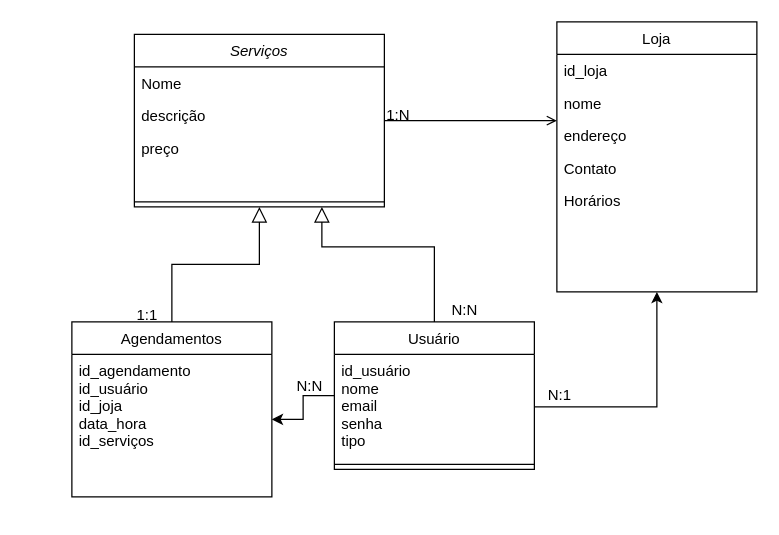
The draw.io diagram Diagrama sem nome.drawio in leozin-amaral18/Ti2-Backend, before the edit. Source tidied: cells renumbered, new cells numbered last; positions are measured from the earlier drawing's top-left corner, leaving out a move shared by most shapes. Both pictures are drawn from the tidied source at 125%, with x=0, y=0 at pixel (71, 21).
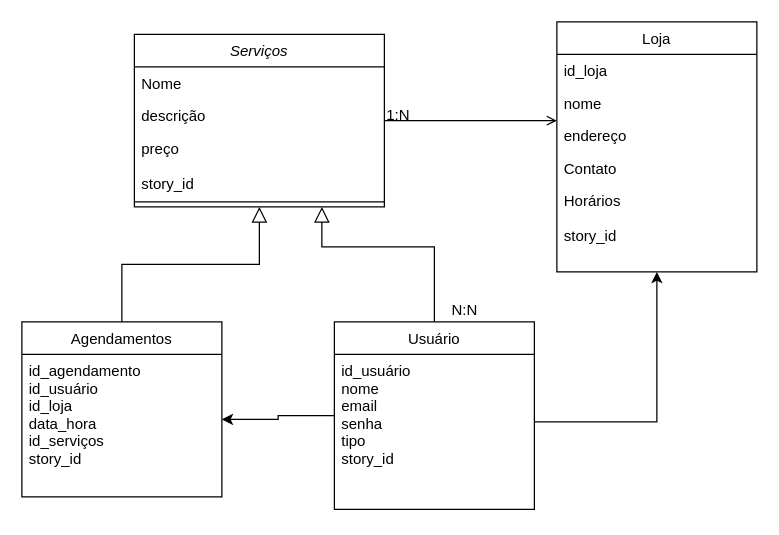
The same page after the edit.

Unchanged cells that the change refers to:
```xml
<mxCell id="2" value="Serviços" style="swimlane;fontStyle=2;align=center;verticalAlign=top;horizontal=1;startSize=26;rounded=0;shadow=0;strokeWidth=1;" parent="1" vertex="1">
  <mxGeometry x="50" y="10" width="200" height="138" as="geometry" />
</mxCell>
```

Diff of the diagram source:
```diff
@@
-    <mxCell id="5" value="preço" style="text;align=left;verticalAlign=top;spacingLeft=4;spacingRight=4;overflow=hidden;rounded=0;shadow=0;html=0;" parent="2" vertex="1">
-      <mxGeometry y="78" width="200" height="26" as="geometry" />
+    <mxCell id="5" value="preço&#10;&#10;story_id" style="text;align=left;verticalAlign=top;spacingLeft=4;spacingRight=4;overflow=hidden;rounded=0;shadow=0;html=0;" parent="2" vertex="1">
+      <mxGeometry y="78" width="200" height="52" as="geometry" />
     </mxCell>
     <mxCell id="6" value="Agendamentos" style="swimlane;fontStyle=0;align=center;verticalAlign=top;horizontal=1;startSize=26;rounded=0;shadow=0;strokeWidth=1;" parent="1" vertex="1">
-      <mxGeometry y="240" width="160" height="140" as="geometry" />
+      <mxGeometry x="-40" y="240" width="160" height="140" as="geometry" />
     </mxCell>
-    <mxCell id="7" value="id_agendamento&#10;id_usuário&#10;id_joja&#10;data_hora&#10;id_serviços&#10;" style="text;align=left;verticalAlign=top;spacingLeft=4;spacingRight=4;overflow=hidden;points=[[0,0.5],[1,0.5]];portConstraint=eastwest;" parent="6" vertex="1">
+    <mxCell id="7" value="id_agendamento&#10;id_usuário&#10;id_loja&#10;data_hora&#10;id_serviços&#10;story_id&#10;" style="text;align=left;verticalAlign=top;spacingLeft=4;spacingRight=4;overflow=hidden;points=[[0,0.5],[1,0.5]];portConstraint=eastwest;" parent="6" vertex="1">
       <mxGeometry y="26" width="160" height="104" as="geometry" />
     </mxCell>
@@
     <mxCell id="10" value="Usuário" style="swimlane;fontStyle=0;align=center;verticalAlign=top;horizontal=1;startSize=26;rounded=0;shadow=0;strokeWidth=1;" parent="1" vertex="1">
-      <mxGeometry x="210" y="240" width="160" height="118" as="geometry" />
+      <mxGeometry x="210" y="240" width="160" height="150" as="geometry" />
     </mxCell>
-    <mxCell id="11" value="id_usuário&#10;nome&#10;email&#10;senha&#10;tipo" style="text;align=left;verticalAlign=top;spacingLeft=4;spacingRight=4;overflow=hidden;points=[[0,0.5],[1,0.5]];portConstraint=eastwest;" parent="10" vertex="1">
-      <mxGeometry y="26" width="160" height="84" as="geometry" />
+    <mxCell id="11" value="id_usuário&#10;nome&#10;email&#10;senha&#10;tipo&#10;story_id" style="text;align=left;verticalAlign=top;spacingLeft=4;spacingRight=4;overflow=hidden;points=[[0,0.5],[1,0.5]];portConstraint=eastwest;" parent="10" vertex="1">
+      <mxGeometry y="26" width="160" height="124" as="geometry" />
     </mxCell>
-    <mxCell id="12" style="line;html=1;strokeWidth=1;align=left;verticalAlign=middle;spacingTop=-1;spacingLeft=3;spacingRight=3;labelPosition=right;" parent="10" vertex="1">
-      <mxGeometry y="110" width="160" height="8" as="geometry" />
-    </mxCell>
@@
     <mxCell id="14" value="Loja" style="swimlane;fontStyle=0;align=center;verticalAlign=top;horizontal=1;startSize=26;rounded=0;shadow=0;strokeWidth=1;" parent="1" vertex="1">
-      <mxGeometry x="388" width="160" height="216" as="geometry" />
+      <mxGeometry x="388" width="160" height="200" as="geometry" />
     </mxCell>
@@
-    <mxCell id="19" value="Horários" style="text;align=left;verticalAlign=top;spacingLeft=4;spacingRight=4;overflow=hidden;rounded=0;shadow=0;html=0;" parent="14" vertex="1">
-      <mxGeometry y="130" width="160" height="26" as="geometry" />
+    <mxCell id="19" value="Horários&#10;&#10;story_id" style="text;align=left;verticalAlign=top;spacingLeft=4;spacingRight=4;overflow=hidden;rounded=0;shadow=0;html=0;" parent="14" vertex="1">
+      <mxGeometry y="130" width="160" height="50" as="geometry" />
     </mxCell>
@@
     <mxCell id="23" style="edgeStyle=orthogonalEdgeStyle;rounded=0;jettySize=auto;html=1;entryX=0.5;entryY=1;entryDx=0;entryDy=0;" parent="1" edge="1" source="11" target="14">
-      <mxGeometry relative="1" as="geometry" />
+      <mxGeometry relative="1" as="geometry">
+        <Array as="points">
+          <mxPoint x="468" y="320" />
+        </Array>
+      </mxGeometry>
     </mxCell>
-    <mxCell id="24" value="N:1" style="text;html=1;align=center;verticalAlign=middle;strokeColor=none;fillColor=none;" parent="1" vertex="1">
-      <mxGeometry x="370" y="284" width="40" height="30" as="geometry" />
-    </mxCell>
@@
-    <mxCell id="26" value="1:1" style="text;html=1;align=center;verticalAlign=middle;strokeColor=none;fillColor=none;" parent="1" vertex="1">
-      <mxGeometry x="40" y="220" width="40" height="30" as="geometry" />
-    </mxCell>
-    <mxCell id="27" value="N:N&lt;div&gt;&lt;br&gt;&lt;/div&gt;" style="text;html=1;align=center;verticalAlign=middle;strokeColor=none;fillColor=none;" parent="1" vertex="1">
-      <mxGeometry x="170" y="279" width="40" height="40" as="geometry" />
-    </mxCell>
```
